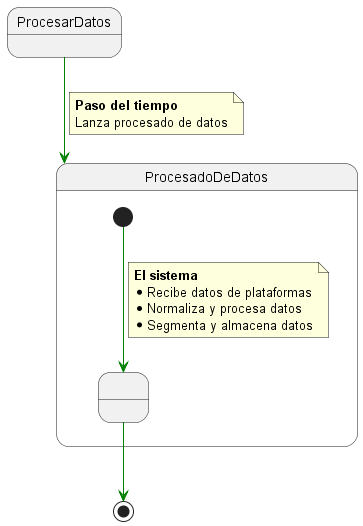
mmasias/IdSw1-22-23 keeps this PlantUML diagram as 000-entregas/Grupo1/DetalleCasosDeUso/images/ProcesarDatos.png. Above is the earlier version.
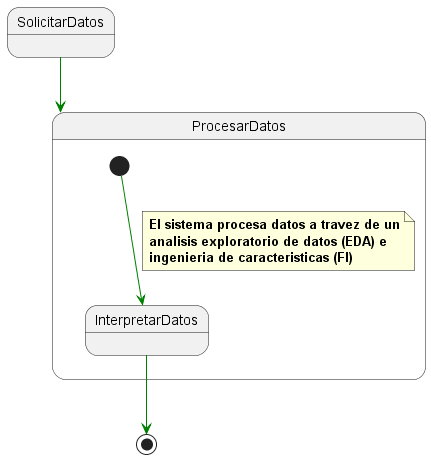
Later version of the same file.

What changed in the source:
```diff
@@ -1,31 +1,21 @@
 @startuml ProcesarDatos
 
-State ProcesarDatos
 
-State ProcesadoDeDatos{
+State ProcesarDatos{
 
-  State state1 as " "
-
-  [*] -[#green]-> state1
+  [*] -[#green]-> InterpretarDatos
 
   note on link
-    <b>El sistema
-    * Recibe datos de plataformas
-    * Normaliza y procesa datos
-    * Segmenta y almacena datos
+    <b>El sistema procesa datos a travez de un
+    <b>analisis exploratorio de datos (EDA) e
+    <b>ingenieria de caracteristicas (FI)
   end note
-
 
 }
 
-ProcesarDatos-[#green]-> ProcesadoDeDatos
+SolicitarDatos-[#green]-> ProcesarDatos
 
-note on link
- <b>Paso del tiempo
- Lanza procesado de datos
-end note
-
-state1 -[#green]-> [*]
+InterpretarDatos -[#green]-> [*]
 
 
 @enduml
```
